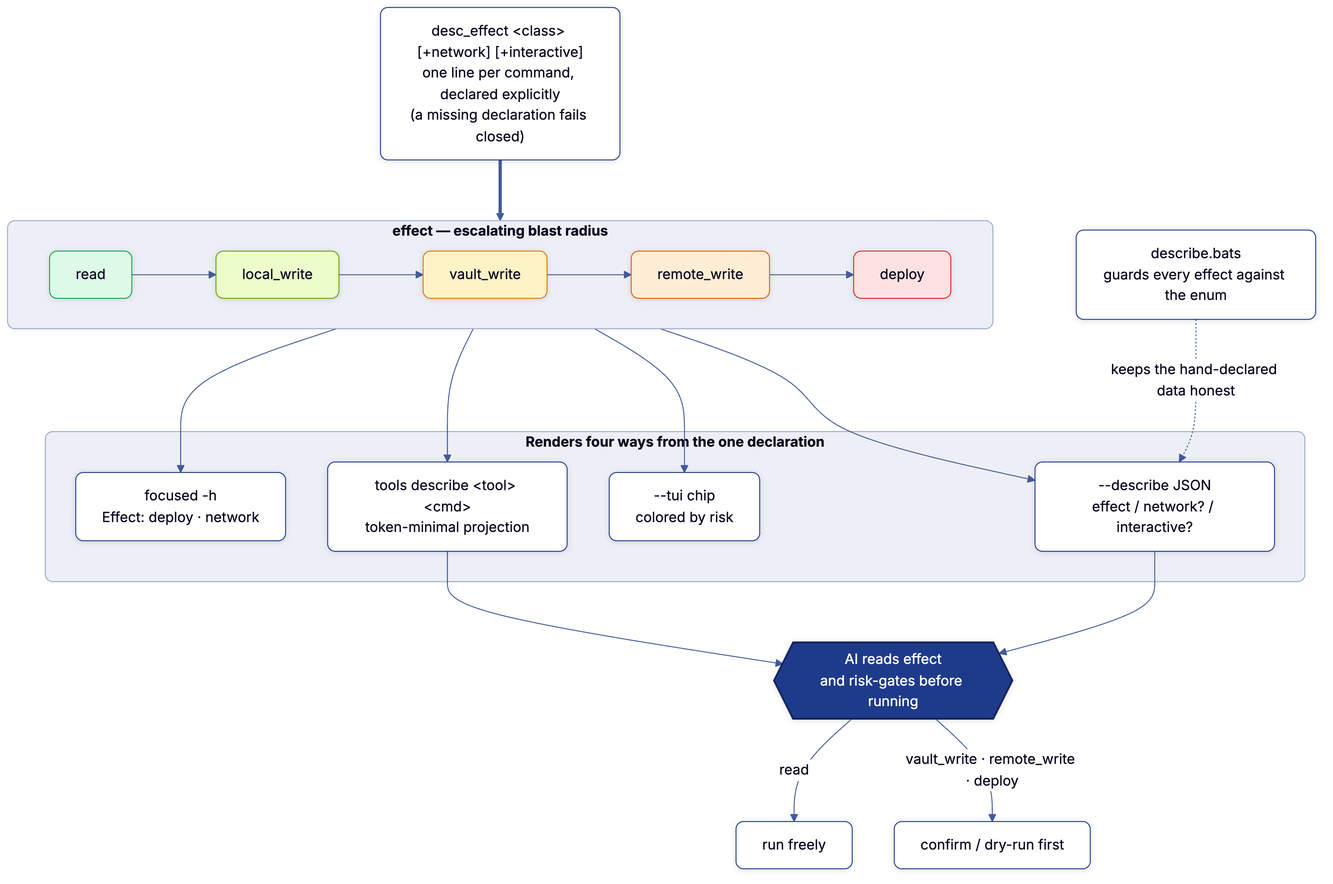
joeseverino/tools keeps this Mermaid diagram as docs/diagrams/effect-contract.png. Above is the earlier version. Its source is kept beside it as docs/diagrams/effect-contract.mmd.
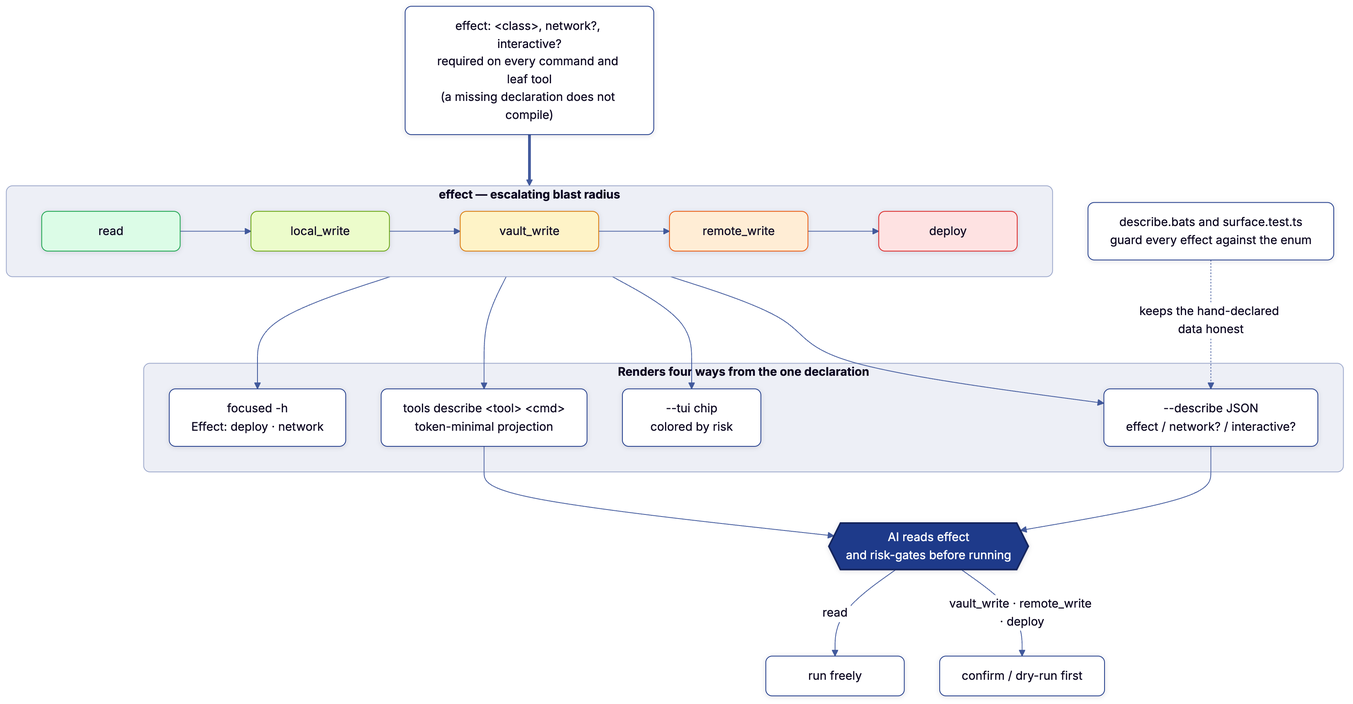
Above is the later version.

The edit, as a diff of the source:
```diff
@@ -1,6 +1,6 @@
 %%{init: {'flowchart': {'rankSpacing': 65, 'nodeSpacing': 45}}}%%
 flowchart TB
-    decl["desc_effect &lt;class&gt; [+network] [+interactive]<br/>one line per command, declared explicitly<br/>(a missing declaration fails closed)"]
+    decl["effect: &lt;class&gt;, network?, interactive?<br/>required on every command and leaf tool<br/>(a missing declaration does not compile)"]
 
     subgraph ladder["effect — escalating blast radius"]
         direction LR
@@ -27,7 +27,7 @@
     gate -->|"read"| free["run freely"]
     gate -->|"vault_write · remote_write · deploy"| confirm["confirm / dry-run first"]
 
-    enum["describe.bats<br/>guards every effect against the enum"]
+    enum["describe.bats and surface.test.ts<br/>guard every effect against the enum"]
     enum -.->|"keeps the hand-declared data honest"| j
 
     classDef e_read fill:#DCFCE7,stroke:#16A34A,color:#0b0620;
```
